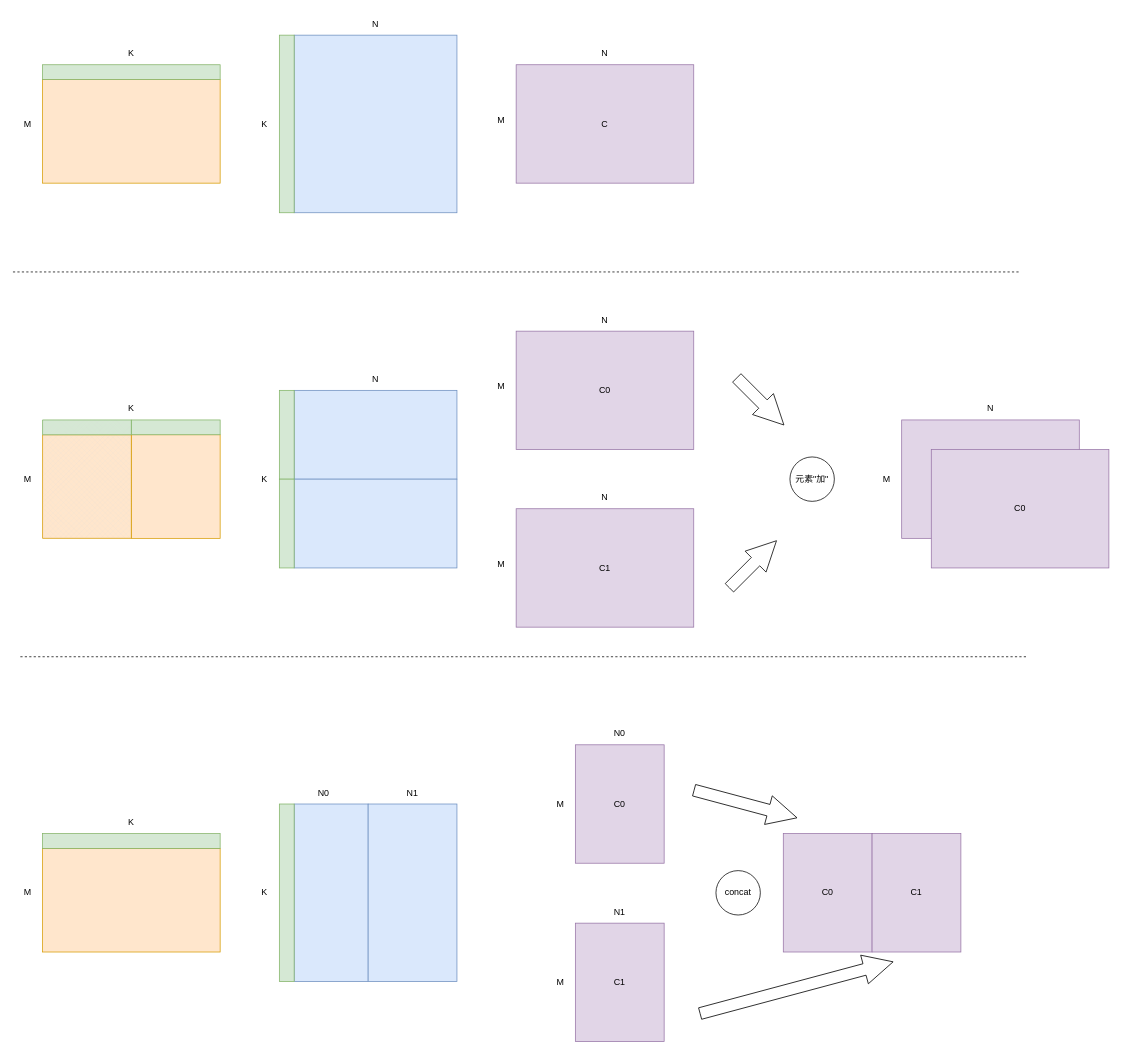
Earlier version of the draw.io diagram page "第 1 页" (1 of 4) of FC.drawio (alanzhai219/dive_into_framework). Source tidied: cells renumbered, new cells numbered last; positions are measured from the earlier drawing's top-left corner, leaving out a move shared by most shapes. Both pictures are drawn from the tidied source at 74%, with x=0, y=0 at pixel (13, 13).
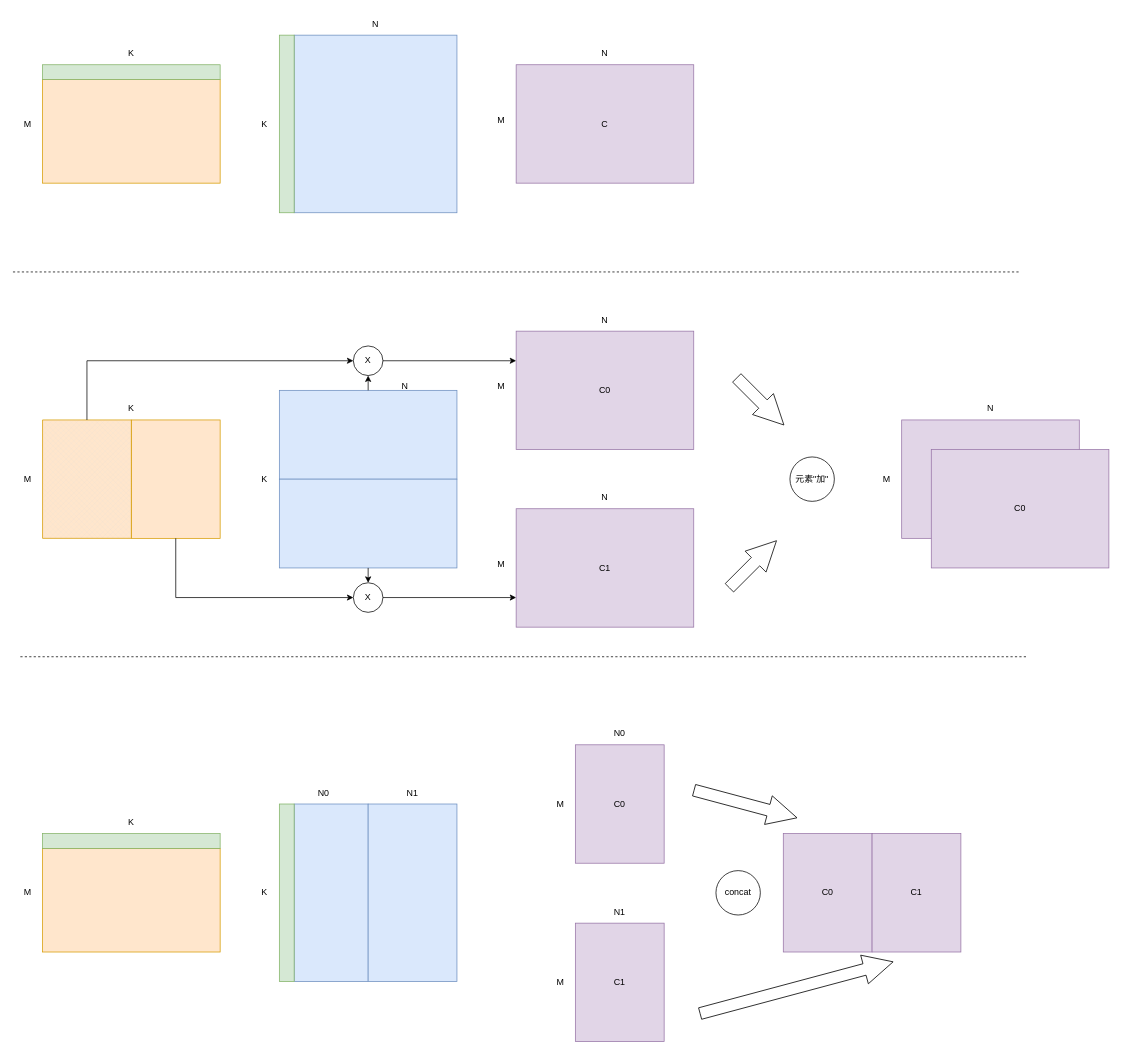
After the change.

The change refers to these unchanged cells:
```xml
<mxCell id="25" value="C0" style="rounded=0;whiteSpace=wrap;html=1;fillColor=#e1d5e7;strokeColor=#9673a6;" parent="1" vertex="1">
  <mxGeometry x="680" y="430" width="240" height="160" as="geometry" />
</mxCell>
<mxCell id="28" value="C1" style="rounded=0;whiteSpace=wrap;html=1;fillColor=#e1d5e7;strokeColor=#9673a6;" parent="1" vertex="1">
  <mxGeometry x="680" y="670" width="240" height="160" as="geometry" />
</mxCell>
```

Change to the diagram source:
```diff
@@
     <mxCell id="13" style="rounded=0;whiteSpace=wrap;html=1;fillColor=#dae8fc;strokeColor=#6c8ebf;" parent="1" vertex="1">
-      <mxGeometry x="380" y="510" width="220" height="120" as="geometry" />
+      <mxGeometry x="360" y="510" width="240" height="120" as="geometry" />
     </mxCell>
-    <mxCell id="14" style="rounded=0;whiteSpace=wrap;html=1;fillColor=#d5e8d4;strokeColor=#82b366;" parent="1" vertex="1">
-      <mxGeometry x="360" y="510" width="20" height="120" as="geometry" />
-    </mxCell>
@@
     <mxCell id="17" value="N" style="text;html=1;strokeColor=none;fillColor=none;align=center;verticalAlign=middle;whiteSpace=wrap;rounded=0;" parent="1" vertex="1">
-      <mxGeometry x="470" y="480" width="40" height="30" as="geometry" />
+      <mxGeometry x="510" y="490" width="40" height="30" as="geometry" />
     </mxCell>
@@
     <mxCell id="19" style="rounded=0;whiteSpace=wrap;html=1;fillColor=#ffe6cc;strokeColor=#d79b00;" parent="1" vertex="1">
-      <mxGeometry x="160" y="570" width="120" height="140" as="geometry" />
+      <mxGeometry x="160" y="550" width="120" height="160" as="geometry" />
     </mxCell>
-    <mxCell id="20" style="rounded=0;whiteSpace=wrap;html=1;fillColor=#d5e8d4;strokeColor=#82b366;" parent="1" vertex="1">
-      <mxGeometry x="160" y="550" width="120" height="20" as="geometry" />
-    </mxCell>
     <mxCell id="21" style="rounded=0;whiteSpace=wrap;html=1;fillColor=#dae8fc;strokeColor=#6c8ebf;" parent="1" vertex="1">
-      <mxGeometry x="380" y="630" width="220" height="120" as="geometry" />
+      <mxGeometry x="360" y="630" width="240" height="120" as="geometry" />
     </mxCell>
-    <mxCell id="22" style="rounded=0;whiteSpace=wrap;html=1;fillColor=#d5e8d4;strokeColor=#82b366;" parent="1" vertex="1">
-      <mxGeometry x="360" y="630" width="20" height="120" as="geometry" />
-    </mxCell>
     <mxCell id="23" style="verticalLabelPosition=bottom;verticalAlign=top;html=1;shape=mxgraph.basic.patternFillRect;fillStyle=diagGrid;step=5;fillStrokeWidth=0.2;fillStrokeColor=#dddddd;fillColor=#ffe6cc;strokeColor=#d79b00;" parent="1" vertex="1">
-      <mxGeometry x="40" y="570" width="120" height="140" as="geometry" />
+      <mxGeometry x="40" y="550" width="120" height="160" as="geometry" />
     </mxCell>
-    <mxCell id="24" style="verticalLabelPosition=bottom;verticalAlign=top;html=1;shape=mxgraph.basic.patternFillRect;fillStyle=diagGrid;step=5;fillStrokeWidth=0.2;fillStrokeColor=#dddddd;fillColor=#d5e8d4;strokeColor=#82b366;" parent="1" vertex="1">
-      <mxGeometry x="40" y="550" width="120" height="20" as="geometry" />
-    </mxCell>
@@
+    <mxCell id="61" style="endArrow=classic;html=1;rounded=0;exitX=0.5;exitY=0;exitDx=0;exitDy=0;exitPerimeter=0;" parent="1" edge="1" source="23">
+      <mxGeometry relative="1" as="geometry">
+        <mxPoint x="460" y="470" as="targetPoint" />
+        <Array as="points">
+          <mxPoint x="100" y="470" />
+        </Array>
+      </mxGeometry>
+    </mxCell>
+    <mxCell id="62" style="endArrow=classic;html=1;rounded=0;" parent="1" edge="1">
+      <mxGeometry relative="1" as="geometry">
+        <mxPoint x="480" y="510" as="sourcePoint" />
+        <mxPoint x="480" y="490" as="targetPoint" />
+      </mxGeometry>
+    </mxCell>
+    <mxCell id="63" value="X" style="ellipse;whiteSpace=wrap;html=1;" parent="1" vertex="1">
+      <mxGeometry x="460" y="450" width="40" height="40" as="geometry" />
+    </mxCell>
+    <mxCell id="64" style="endArrow=classic;html=1;rounded=0;entryX=0;entryY=0.25;entryDx=0;entryDy=0;" parent="1" edge="1" target="25">
+      <mxGeometry relative="1" as="geometry">
+        <mxPoint x="500" y="470" as="sourcePoint" />
+      </mxGeometry>
+    </mxCell>
+    <mxCell id="65" style="endArrow=classic;html=1;rounded=0;exitX=0.5;exitY=1;exitDx=0;exitDy=0;" parent="1" edge="1" source="19">
+      <mxGeometry relative="1" as="geometry">
+        <mxPoint x="460" y="790" as="targetPoint" />
+        <Array as="points">
+          <mxPoint x="220" y="790" />
+        </Array>
+      </mxGeometry>
+    </mxCell>
+    <mxCell id="66" value="X" style="ellipse;whiteSpace=wrap;html=1;" parent="1" vertex="1">
+      <mxGeometry x="460" y="770" width="40" height="40" as="geometry" />
+    </mxCell>
+    <mxCell id="67" style="endArrow=classic;html=1;rounded=0;entryX=0;entryY=0.75;entryDx=0;entryDy=0;exitX=1;exitY=0.5;exitDx=0;exitDy=0;" parent="1" edge="1" source="66" target="28">
+      <mxGeometry relative="1" as="geometry" />
+    </mxCell>
+    <mxCell id="68" style="endArrow=classic;html=1;rounded=0;entryX=0.5;entryY=0;entryDx=0;entryDy=0;" parent="1" edge="1" target="66">
+      <mxGeometry relative="1" as="geometry">
+        <mxPoint x="480" y="750" as="sourcePoint" />
+      </mxGeometry>
+    </mxCell>
```
